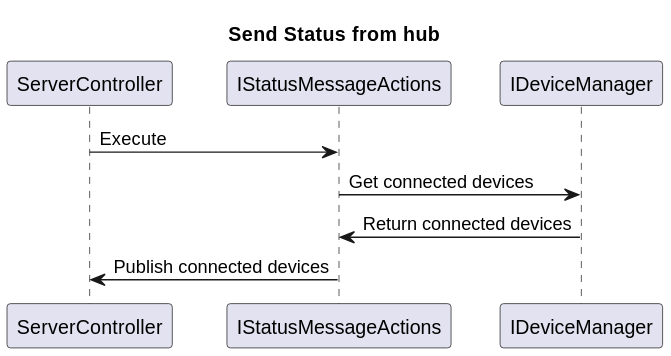
Above: docs/SVG/SSD diagrams/xPowerHubStatusAction/Hub status action SD diagrams.svg in Casp7654/XPower (PlantUML), before the change. Its diagram source:
```plantuml
@startuml Hub status action SD diagrams
title Send Status from hub

ServerController -> IStatusMessageActions: Execute
IStatusMessageActions -> IDeviceManager: Get connected devices
IDeviceManager -> IStatusMessageActions: Return connected devices
IStatusMessageActions -> ServerController: Publish connected devices

@enduml
```
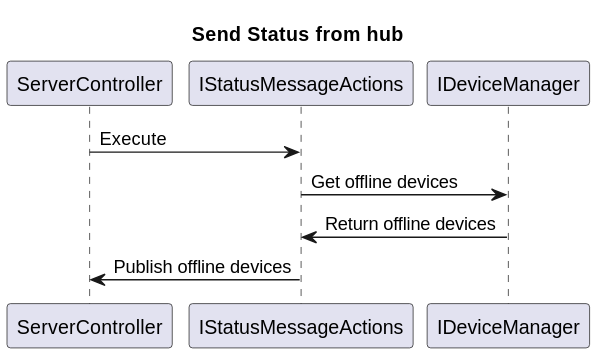
Later version of the same file.

Change to the diagram source:
```diff
@@ -2,8 +2,8 @@
 title Send Status from hub
 
 ServerController -> IStatusMessageActions: Execute
-IStatusMessageActions -> IDeviceManager: Get connected devices
-IDeviceManager -> IStatusMessageActions: Return connected devices
-IStatusMessageActions -> ServerController: Publish connected devices
+IStatusMessageActions -> IDeviceManager: Get offline devices
+IDeviceManager -> IStatusMessageActions: Return offline devices
+IStatusMessageActions -> ServerController: Publish offline devices
 
 @enduml
```
